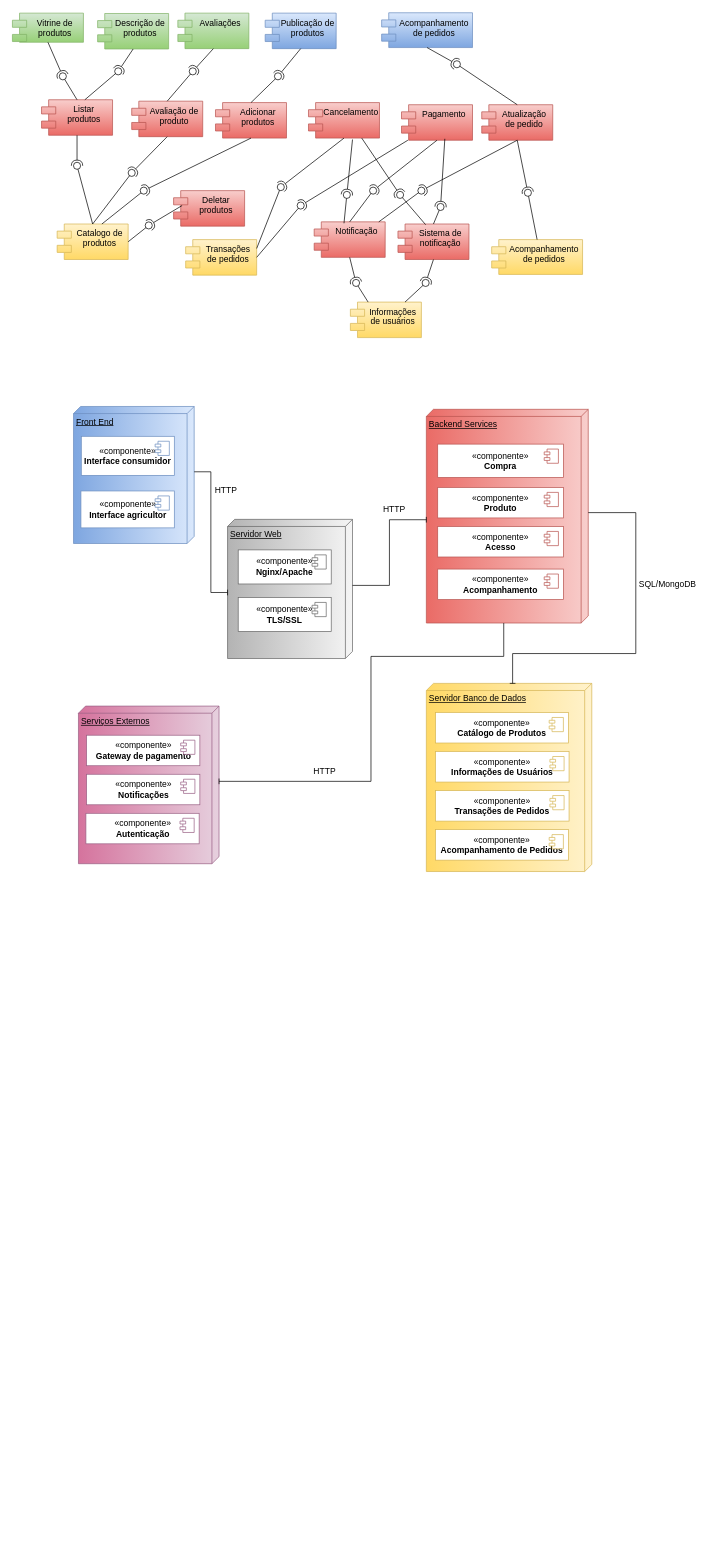
The draw.io diagram Diagrama sem nome.drawio in davimicale/Patinho-Feio-do-Legume, before the edit. Source tidied: cells renumbered, new cells numbered last; positions are measured from the earlier drawing's top-left corner, leaving out a move shared by most shapes. Both pictures are drawn from the tidied source at 71%, with x=0, y=0 at pixel (12, 12).
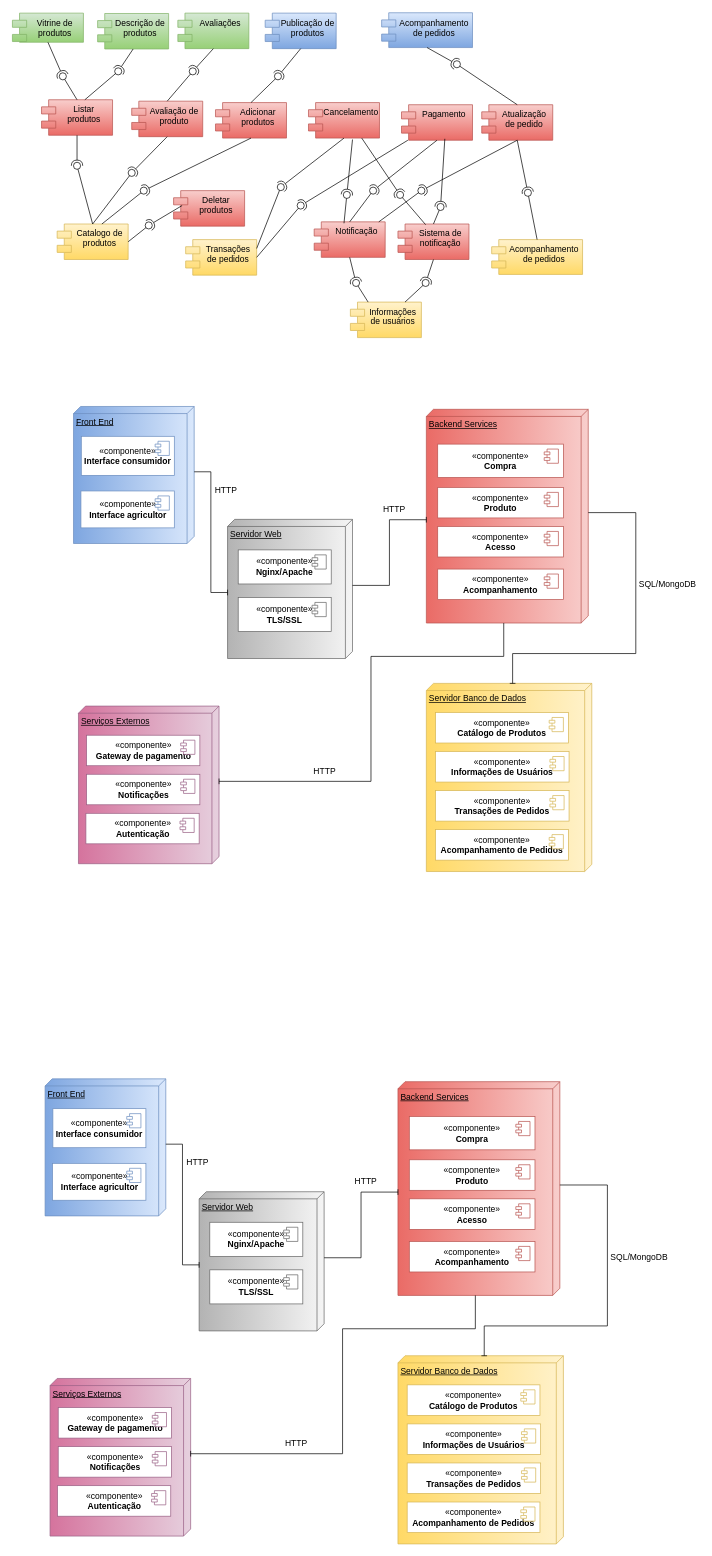
The same page after the edit.

Diff of the diagram source:
```diff
@@
+    <mxCell id="120" value="Front End" style="verticalAlign=top;align=left;spacingTop=8;spacingLeft=2;spacingRight=12;shape=cube;size=10;direction=south;fontStyle=4;html=1;whiteSpace=wrap;fillColor=#dae8fc;gradientColor=#7ea6e0;strokeColor=#6C8EBF;" parent="1" vertex="1">
+      <mxGeometry x="46" y="1502" width="170" height="193" as="geometry" />
+    </mxCell>
+    <mxCell id="121" value="Servidor Web" style="verticalAlign=top;align=left;spacingTop=8;spacingLeft=2;spacingRight=12;shape=cube;size=10;direction=south;fontStyle=4;html=1;whiteSpace=wrap;fillColor=#f5f5f5;gradientColor=#b3b3b3;strokeColor=#666666;" parent="1" vertex="1">
+      <mxGeometry x="263" y="1661" width="176" height="196" as="geometry" />
+    </mxCell>
+    <mxCell id="122" value="Backend Services&lt;div&gt;&lt;br&gt;&lt;/div&gt;" style="verticalAlign=top;align=left;spacingTop=8;spacingLeft=2;spacingRight=12;shape=cube;size=10;direction=south;fontStyle=4;html=1;whiteSpace=wrap;fillColor=#f8cecc;strokeColor=#b85450;gradientColor=#ea6b66;" parent="1" vertex="1">
+      <mxGeometry x="543" y="1506" width="228" height="301" as="geometry" />
+    </mxCell>
+    <mxCell id="123" value="Servidor Banco de Dados" style="verticalAlign=top;align=left;spacingTop=8;spacingLeft=2;spacingRight=12;shape=cube;size=10;direction=south;fontStyle=4;html=1;whiteSpace=wrap;fillColor=#fff2cc;gradientColor=#ffd966;strokeColor=#D6B656;" parent="1" vertex="1">
+      <mxGeometry x="543" y="1892" width="233" height="265" as="geometry" />
+    </mxCell>
+    <mxCell id="124" value="Serviços Externos" style="verticalAlign=top;align=left;spacingTop=8;spacingLeft=2;spacingRight=12;shape=cube;size=10;direction=south;fontStyle=4;html=1;whiteSpace=wrap;fillColor=#e6d0de;strokeColor=#996185;gradientColor=#d5739d;" parent="1" vertex="1">
+      <mxGeometry x="53" y="1924" width="198" height="222" as="geometry" />
+    </mxCell>
+    <mxCell id="125" value="«componente»&lt;br&gt;&lt;b&gt;Interface consumidor&lt;/b&gt;" style="html=1;whiteSpace=wrap;strokeColor=#6C8EBF;" parent="1" vertex="1">
+      <mxGeometry x="57" y="1544" width="131" height="55" as="geometry" />
+    </mxCell>
+    <mxCell id="126" style="shape=module;jettyWidth=8;jettyHeight=4;strokeColor=#6C8EBF;" parent="125" vertex="1">
+      <mxGeometry x="1" width="20" height="20" relative="1" as="geometry">
+        <mxPoint x="-27" y="7" as="offset" />
+      </mxGeometry>
+    </mxCell>
+    <mxCell id="127" value="«componente»&lt;br&gt;&lt;b&gt;Interface agricultor&lt;/b&gt;" style="html=1;whiteSpace=wrap;strokeColor=#6C8EBF;" parent="1" vertex="1">
+      <mxGeometry x="56.5" y="1621" width="131.5" height="52" as="geometry" />
+    </mxCell>
+    <mxCell id="128" style="shape=module;jettyWidth=8;jettyHeight=4;strokeColor=#6C8EBF;" parent="127" vertex="1">
+      <mxGeometry x="1" width="20" height="20" relative="1" as="geometry">
+        <mxPoint x="-27" y="7" as="offset" />
+      </mxGeometry>
+    </mxCell>
+    <mxCell id="129" value="«componente»&lt;br&gt;&lt;b&gt;Compra&lt;/b&gt;" style="html=1;whiteSpace=wrap;strokeColor=#B85450;" parent="1" vertex="1">
+      <mxGeometry x="559" y="1555" width="177" height="47" as="geometry" />
+    </mxCell>
+    <mxCell id="130" style="shape=module;jettyWidth=8;jettyHeight=4;strokeColor=#B85450;" parent="129" vertex="1">
+      <mxGeometry x="1" width="20" height="20" relative="1" as="geometry">
+        <mxPoint x="-27" y="7" as="offset" />
+      </mxGeometry>
+    </mxCell>
+    <mxCell id="131" value="«componente»&lt;br&gt;&lt;b&gt;Produto&lt;/b&gt;" style="html=1;whiteSpace=wrap;strokeColor=#B85450;" parent="1" vertex="1">
+      <mxGeometry x="559" y="1616" width="177" height="43" as="geometry" />
+    </mxCell>
+    <mxCell id="132" style="shape=module;jettyWidth=8;jettyHeight=4;strokeColor=#B85450;" parent="131" vertex="1">
+      <mxGeometry x="1" width="20" height="20" relative="1" as="geometry">
+        <mxPoint x="-27" y="7" as="offset" />
+      </mxGeometry>
+    </mxCell>
+    <mxCell id="133" value="«componente»&lt;br&gt;&lt;b&gt;Acesso&lt;/b&gt;" style="html=1;whiteSpace=wrap;strokeColor=#B85450;" parent="1" vertex="1">
+      <mxGeometry x="559" y="1671" width="177" height="43" as="geometry" />
+    </mxCell>
+    <mxCell id="134" style="shape=module;jettyWidth=8;jettyHeight=4;strokeColor=#B85450;" parent="133" vertex="1">
+      <mxGeometry x="1" width="20" height="20" relative="1" as="geometry">
+        <mxPoint x="-27" y="7" as="offset" />
+      </mxGeometry>
+    </mxCell>
+    <mxCell id="135" value="«componente»&lt;br&gt;&lt;b&gt;Acompanhamento&lt;/b&gt;" style="html=1;whiteSpace=wrap;strokeColor=#B85450;" parent="1" vertex="1">
+      <mxGeometry x="559" y="1731" width="177" height="43" as="geometry" />
+    </mxCell>
+    <mxCell id="136" style="shape=module;jettyWidth=8;jettyHeight=4;strokeColor=#B85450;" parent="135" vertex="1">
+      <mxGeometry x="1" width="20" height="20" relative="1" as="geometry">
+        <mxPoint x="-27" y="7" as="offset" />
+      </mxGeometry>
+    </mxCell>
+    <mxCell id="137" value="«componente»&lt;br&gt;&lt;b&gt;Catálogo de Produtos&lt;/b&gt;" style="html=1;whiteSpace=wrap;strokeColor=#D6B656;" parent="1" vertex="1">
+      <mxGeometry x="556" y="1933" width="187" height="43" as="geometry" />
+    </mxCell>
+    <mxCell id="138" style="shape=module;jettyWidth=8;jettyHeight=4;strokeColor=#D6B656;" parent="137" vertex="1">
+      <mxGeometry x="1" width="20" height="20" relative="1" as="geometry">
+        <mxPoint x="-27" y="7" as="offset" />
+      </mxGeometry>
+    </mxCell>
+    <mxCell id="139" value="«componente»&lt;br&gt;&lt;b&gt;Informações de Usuários&lt;/b&gt;" style="html=1;whiteSpace=wrap;strokeColor=#D6B656;" parent="1" vertex="1">
+      <mxGeometry x="556" y="1988" width="188" height="43" as="geometry" />
+    </mxCell>
+    <mxCell id="140" style="shape=module;jettyWidth=8;jettyHeight=4;strokeColor=#D6B656;" parent="139" vertex="1">
+      <mxGeometry x="1" width="20" height="20" relative="1" as="geometry">
+        <mxPoint x="-27" y="7" as="offset" />
+      </mxGeometry>
+    </mxCell>
+    <mxCell id="141" value="«componente»&lt;br&gt;&lt;b&gt;Transações de Pedidos&lt;/b&gt;" style="html=1;whiteSpace=wrap;strokeColor=#D6B656;" parent="1" vertex="1">
+      <mxGeometry x="556" y="2043" width="188" height="43" as="geometry" />
+    </mxCell>
+    <mxCell id="142" style="shape=module;jettyWidth=8;jettyHeight=4;strokeColor=#D6B656;" parent="141" vertex="1">
+      <mxGeometry x="1" width="20" height="20" relative="1" as="geometry">
+        <mxPoint x="-27" y="7" as="offset" />
+      </mxGeometry>
+    </mxCell>
+    <mxCell id="143" value="«componente»&lt;br&gt;&lt;b&gt;Acompanhamento de Pedidos&lt;/b&gt;" style="html=1;whiteSpace=wrap;strokeColor=#D6B656;" parent="1" vertex="1">
+      <mxGeometry x="556" y="2098" width="187" height="43" as="geometry" />
+    </mxCell>
+    <mxCell id="144" style="shape=module;jettyWidth=8;jettyHeight=4;strokeColor=#D6B656;" parent="143" vertex="1">
+      <mxGeometry x="1" width="20" height="20" relative="1" as="geometry">
+        <mxPoint x="-27" y="7" as="offset" />
+      </mxGeometry>
+    </mxCell>
+    <mxCell id="145" value="«componente»&lt;br&gt;&lt;b&gt;Nginx/Apache&lt;/b&gt;" style="html=1;whiteSpace=wrap;strokeColor=#666666;" parent="1" vertex="1">
+      <mxGeometry x="278" y="1704" width="131" height="48" as="geometry" />
+    </mxCell>
+    <mxCell id="146" style="shape=module;jettyWidth=8;jettyHeight=4;strokeColor=#666666;" parent="145" vertex="1">
+      <mxGeometry x="1" width="20" height="20" relative="1" as="geometry">
+        <mxPoint x="-27" y="7" as="offset" />
+      </mxGeometry>
+    </mxCell>
+    <mxCell id="147" value="«componente»&lt;br&gt;&lt;b&gt;TLS/SSL&lt;/b&gt;" style="html=1;whiteSpace=wrap;strokeColor=#666666;" parent="1" vertex="1">
+      <mxGeometry x="278" y="1771" width="131" height="48" as="geometry" />
+    </mxCell>
+    <mxCell id="148" style="shape=module;jettyWidth=8;jettyHeight=4;strokeColor=#666666;" parent="147" vertex="1">
+      <mxGeometry x="1" width="20" height="20" relative="1" as="geometry">
+        <mxPoint x="-27" y="7" as="offset" />
+      </mxGeometry>
+    </mxCell>
+    <mxCell id="149" value="«componente»&lt;br&gt;&lt;b&gt;Gateway de pagamento&lt;/b&gt;" style="html=1;whiteSpace=wrap;strokeColor=#996185;" parent="1" vertex="1">
+      <mxGeometry x="64.5" y="1965" width="159.5" height="43" as="geometry" />
+    </mxCell>
+    <mxCell id="150" style="shape=module;jettyWidth=8;jettyHeight=4;strokeColor=#996185;" parent="149" vertex="1">
+      <mxGeometry x="1" width="20" height="20" relative="1" as="geometry">
+        <mxPoint x="-27" y="7" as="offset" />
+      </mxGeometry>
+    </mxCell>
+    <mxCell id="151" value="«componente»&lt;br&gt;&lt;b&gt;Notificações&lt;/b&gt;" style="html=1;whiteSpace=wrap;strokeColor=#996185;" parent="1" vertex="1">
+      <mxGeometry x="64.5" y="2020" width="159.5" height="43" as="geometry" />
+    </mxCell>
+    <mxCell id="152" style="shape=module;jettyWidth=8;jettyHeight=4;strokeColor=#996185;" parent="151" vertex="1">
+      <mxGeometry x="1" width="20" height="20" relative="1" as="geometry">
+        <mxPoint x="-27" y="7" as="offset" />
+      </mxGeometry>
+    </mxCell>
+    <mxCell id="153" value="«componente»&lt;br&gt;&lt;b&gt;Autenticação&lt;/b&gt;" style="html=1;whiteSpace=wrap;strokeColor=#996185;" parent="1" vertex="1">
+      <mxGeometry x="63.5" y="2075" width="159.5" height="43" as="geometry" />
+    </mxCell>
+    <mxCell id="154" style="shape=module;jettyWidth=8;jettyHeight=4;strokeColor=#996185;" parent="153" vertex="1">
+      <mxGeometry x="1" width="20" height="20" relative="1" as="geometry">
+        <mxPoint x="-27" y="7" as="offset" />
+      </mxGeometry>
+    </mxCell>
+    <mxCell id="155" style="edgeStyle=orthogonalEdgeStyle;rounded=0;jettySize=auto;html=1;exitX=0;exitY=0;exitDx=92;exitDy=0;exitPerimeter=0;entryX=0;entryY=0;entryDx=103;entryDy=176;entryPerimeter=0;endArrow=baseDash;endFill=0;" parent="1" edge="1" source="120" target="121">
+      <mxGeometry relative="1" as="geometry" />
+    </mxCell>
+    <mxCell id="156" style="edgeStyle=orthogonalEdgeStyle;rounded=0;jettySize=auto;html=1;exitX=0;exitY=0;exitDx=93;exitDy=0;exitPerimeter=0;entryX=0;entryY=0;entryDx=155.5;entryDy=228;entryPerimeter=0;endArrow=baseDash;endFill=0;" parent="1" edge="1" source="121" target="122">
+      <mxGeometry relative="1" as="geometry" />
+    </mxCell>
+    <mxCell id="157" style="edgeStyle=orthogonalEdgeStyle;rounded=0;jettySize=auto;html=1;exitX=0;exitY=0;exitDx=145.5;exitDy=0;exitPerimeter=0;entryX=0;entryY=0;entryDx=0;entryDy=111.5;entryPerimeter=0;endArrow=baseDash;endFill=0;" parent="1" edge="1" source="122" target="123">
+      <mxGeometry relative="1" as="geometry">
+        <Array as="points">
+          <mxPoint x="838" y="1652" />
+          <mxPoint x="838" y="1850" />
+          <mxPoint x="665" y="1850" />
+        </Array>
+      </mxGeometry>
+    </mxCell>
+    <mxCell id="158" style="edgeStyle=orthogonalEdgeStyle;rounded=0;jettySize=auto;html=1;exitX=0;exitY=0;exitDx=301;exitDy=119;exitPerimeter=0;entryX=0;entryY=0;entryDx=106;entryDy=0;entryPerimeter=0;endArrow=baseDash;endFill=0;" parent="1" edge="1" source="122" target="124">
+      <mxGeometry relative="1" as="geometry">
+        <Array as="points">
+          <mxPoint x="652" y="1854" />
+          <mxPoint x="465" y="1854" />
+          <mxPoint x="465" y="2030" />
+        </Array>
+      </mxGeometry>
+    </mxCell>
+    <mxCell id="159" value="HTTP" style="text;strokeColor=none;align=center;fillColor=none;html=1;verticalAlign=middle;whiteSpace=wrap;rounded=0;" parent="1" vertex="1">
+      <mxGeometry x="355" y="1995" width="90" height="42" as="geometry" />
+    </mxCell>
+    <mxCell id="160" value="HTTP" style="text;strokeColor=none;align=center;fillColor=none;html=1;verticalAlign=middle;whiteSpace=wrap;rounded=0;" parent="1" vertex="1">
+      <mxGeometry x="216" y="1599" width="90" height="42" as="geometry" />
+    </mxCell>
+    <mxCell id="161" value="HTTP" style="text;strokeColor=none;align=center;fillColor=none;html=1;verticalAlign=middle;whiteSpace=wrap;rounded=0;" parent="1" vertex="1">
+      <mxGeometry x="453" y="1626" width="90" height="42" as="geometry" />
+    </mxCell>
+    <mxCell id="162" value="SQL/MongoDB" style="text;strokeColor=none;align=center;fillColor=none;html=1;verticalAlign=middle;whiteSpace=wrap;rounded=0;" parent="1" vertex="1">
+      <mxGeometry x="838" y="1732" width="90" height="42" as="geometry" />
+    </mxCell>
```
